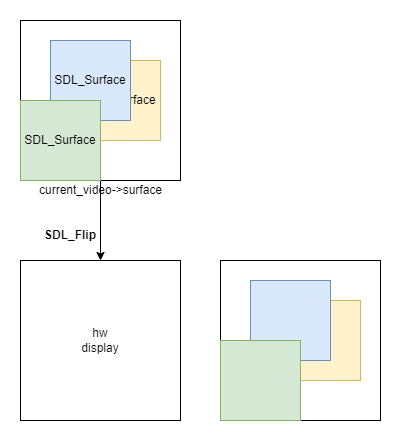
This is assets/img/frida-mysterypi/sdl2.png from erfur/erfur.github.io, a draw.io export, as it was before one commit. Source tidied: cells renumbered, new cells last; positions are measured from the earlier drawing's top-left corner, leaving out a move shared by most shapes. Source of this version:
```xml
<mxGraphModel>
  <root>
    <mxCell id="0" />
    <mxCell id="1" parent="0" />
    <mxCell id="2" style="edgeStyle=orthogonalEdgeStyle;rounded=0;jettySize=auto;html=1;startArrow=baseDash;startFill=0;" parent="1" edge="1" source="3" target="8">
      <mxGeometry relative="1" as="geometry" />
    </mxCell>
    <mxCell id="3" style="whiteSpace=wrap;html=1;" parent="1" vertex="1">
      <mxGeometry width="160" height="160" as="geometry" />
    </mxCell>
    <mxCell id="4" value="SDL_Surface" style="rounded=0;whiteSpace=wrap;html=1;fillColor=#fff2cc;strokeColor=#d6b656;" parent="1" vertex="1">
      <mxGeometry x="60" y="40" width="80" height="80" as="geometry" />
    </mxCell>
    <mxCell id="5" value="SDL_Surface" style="rounded=0;whiteSpace=wrap;html=1;fillColor=#dae8fc;strokeColor=#6c8ebf;" parent="1" vertex="1">
      <mxGeometry x="30" y="20" width="80" height="80" as="geometry" />
    </mxCell>
    <mxCell id="6" value="SDL_Surface" style="rounded=0;whiteSpace=wrap;html=1;fillColor=#d5e8d4;strokeColor=#82b366;" parent="1" vertex="1">
      <mxGeometry y="80" width="80" height="80" as="geometry" />
    </mxCell>
    <mxCell id="7" value="SDL_Flip" style="text;html=1;strokeColor=none;fillColor=none;align=center;verticalAlign=middle;whiteSpace=wrap;rounded=0;fontStyle=1;" parent="1" vertex="1">
      <mxGeometry x="20" y="200" width="60" height="30" as="geometry" />
    </mxCell>
    <mxCell id="8" value="hw&lt;br&gt;display" style="whiteSpace=wrap;html=1;" parent="1" vertex="1">
      <mxGeometry y="240" width="160" height="160" as="geometry" />
    </mxCell>
    <mxCell id="9" value="current_video-&amp;gt;surface" style="text;html=1;align=center;verticalAlign=middle;points=[];strokeColor=none;fillColor=none;" parent="1" vertex="1">
      <mxGeometry x="10" y="160" width="140" height="20" as="geometry" />
    </mxCell>
    <mxCell id="10" style="whiteSpace=wrap;html=1;" parent="1" vertex="1">
      <mxGeometry x="200" y="240" width="160" height="160" as="geometry" />
    </mxCell>
    <mxCell id="11" style="rounded=0;whiteSpace=wrap;html=1;fillColor=#fff2cc;strokeColor=#d6b656;" parent="1" vertex="1">
      <mxGeometry x="260" y="280" width="80" height="80" as="geometry" />
    </mxCell>
    <mxCell id="12" style="rounded=0;whiteSpace=wrap;html=1;fillColor=#dae8fc;strokeColor=#6c8ebf;" parent="1" vertex="1">
      <mxGeometry x="230" y="260" width="80" height="80" as="geometry" />
    </mxCell>
    <mxCell id="13" style="rounded=0;whiteSpace=wrap;html=1;fillColor=#d5e8d4;strokeColor=#82b366;" parent="1" vertex="1">
      <mxGeometry x="200" y="320" width="80" height="80" as="geometry" />
    </mxCell>
  </root>
</mxGraphModel>
```
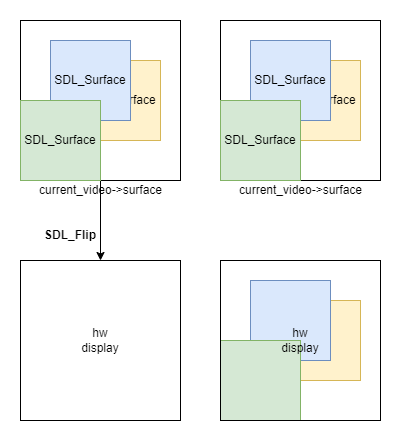
After the change.

Diff of the diagram source:
```diff
@@ -2,32 +2,32 @@
   <root>
     <mxCell id="0" />
     <mxCell id="1" parent="0" />
-    <mxCell id="2" style="edgeStyle=orthogonalEdgeStyle;rounded=0;jettySize=auto;html=1;startArrow=baseDash;startFill=0;" parent="1" edge="1" source="3" target="8">
-      <mxGeometry relative="1" as="geometry" />
+    <mxCell id="2" value="hw&lt;br&gt;display" style="whiteSpace=wrap;html=1;" parent="1" vertex="1">
+      <mxGeometry x="200" y="240" width="160" height="160" as="geometry" />
     </mxCell>
-    <mxCell id="3" style="whiteSpace=wrap;html=1;" parent="1" vertex="1">
-      <mxGeometry width="160" height="160" as="geometry" />
+    <mxCell id="3" style="edgeStyle=orthogonalEdgeStyle;rounded=0;jettySize=auto;html=1;startArrow=baseDash;startFill=0;" parent="1" edge="1" source="4" target="9">
+      <mxGeometry relative="1" as="geometry" />
     </mxCell>
-    <mxCell id="4" value="SDL_Surface" style="rounded=0;whiteSpace=wrap;html=1;fillColor=#fff2cc;strokeColor=#d6b656;" parent="1" vertex="1">
-      <mxGeometry x="60" y="40" width="80" height="80" as="geometry" />
+    <mxCell id="4" style="whiteSpace=wrap;html=1;" parent="1" vertex="1">
+      <mxGeometry width="160" height="160" as="geometry" />
     </mxCell>
-    <mxCell id="5" value="SDL_Surface" style="rounded=0;whiteSpace=wrap;html=1;fillColor=#dae8fc;strokeColor=#6c8ebf;" parent="1" vertex="1">
-      <mxGeometry x="30" y="20" width="80" height="80" as="geometry" />
+    <mxCell id="5" value="SDL_Surface" style="rounded=0;whiteSpace=wrap;html=1;fillColor=#fff2cc;strokeColor=#d6b656;" parent="1" vertex="1">
+      <mxGeometry x="60" y="40" width="80" height="80" as="geometry" />
     </mxCell>
-    <mxCell id="6" value="SDL_Surface" style="rounded=0;whiteSpace=wrap;html=1;fillColor=#d5e8d4;strokeColor=#82b366;" parent="1" vertex="1">
-      <mxGeometry y="80" width="80" height="80" as="geometry" />
+    <mxCell id="6" value="SDL_Surface" style="rounded=0;whiteSpace=wrap;html=1;fillColor=#dae8fc;strokeColor=#6c8ebf;" parent="1" vertex="1">
+      <mxGeometry x="30" y="20" width="80" height="80" as="geometry" />
     </mxCell>
-    <mxCell id="7" value="SDL_Flip" style="text;html=1;strokeColor=none;fillColor=none;align=center;verticalAlign=middle;whiteSpace=wrap;rounded=0;fontStyle=1;" parent="1" vertex="1">
-      <mxGeometry x="20" y="200" width="60" height="30" as="geometry" />
+    <mxCell id="7" value="SDL_Surface" style="rounded=0;whiteSpace=wrap;html=1;fillColor=#d5e8d4;strokeColor=#82b366;" parent="1" vertex="1">
+      <mxGeometry y="80" width="80" height="80" as="geometry" />
     </mxCell>
-    <mxCell id="8" value="hw&lt;br&gt;display" style="whiteSpace=wrap;html=1;" parent="1" vertex="1">
-      <mxGeometry y="240" width="160" height="160" as="geometry" />
+    <mxCell id="8" value="SDL_Flip" style="text;html=1;strokeColor=none;fillColor=none;align=center;verticalAlign=middle;whiteSpace=wrap;rounded=0;fontStyle=1;" parent="1" vertex="1">
+      <mxGeometry x="20" y="200" width="60" height="30" as="geometry" />
     </mxCell>
-    <mxCell id="9" value="current_video-&amp;gt;surface" style="text;html=1;align=center;verticalAlign=middle;points=[];strokeColor=none;fillColor=none;" parent="1" vertex="1">
-      <mxGeometry x="10" y="160" width="140" height="20" as="geometry" />
+    <mxCell id="9" value="hw&lt;br&gt;display" style="whiteSpace=wrap;html=1;" parent="1" vertex="1">
+      <mxGeometry y="240" width="160" height="160" as="geometry" />
     </mxCell>
-    <mxCell id="10" style="whiteSpace=wrap;html=1;" parent="1" vertex="1">
-      <mxGeometry x="200" y="240" width="160" height="160" as="geometry" />
+    <mxCell id="10" value="current_video-&amp;gt;surface" style="text;html=1;align=center;verticalAlign=middle;strokeColor=none;fillColor=none;" parent="1" vertex="1">
+      <mxGeometry x="10" y="160" width="140" height="20" as="geometry" />
     </mxCell>
     <mxCell id="11" style="rounded=0;whiteSpace=wrap;html=1;fillColor=#fff2cc;strokeColor=#d6b656;" parent="1" vertex="1">
       <mxGeometry x="260" y="280" width="80" height="80" as="geometry" />
@@ -38,5 +38,23 @@
     <mxCell id="13" style="rounded=0;whiteSpace=wrap;html=1;fillColor=#d5e8d4;strokeColor=#82b366;" parent="1" vertex="1">
       <mxGeometry x="200" y="320" width="80" height="80" as="geometry" />
     </mxCell>
+    <mxCell id="14" value="&lt;span style=&quot;&quot;&gt;hw&lt;/span&gt;&lt;br style=&quot;&quot;&gt;&lt;span style=&quot;&quot;&gt;display&lt;/span&gt;" style="whiteSpace=wrap;html=1;verticalAlign=middle;fillColor=none;" parent="1" vertex="1">
+      <mxGeometry x="200" y="240" width="160" height="160" as="geometry" />
+    </mxCell>
+    <mxCell id="15" style="whiteSpace=wrap;html=1;" parent="1" vertex="1">
+      <mxGeometry x="200" width="160" height="160" as="geometry" />
+    </mxCell>
+    <mxCell id="16" value="SDL_Surface" style="rounded=0;whiteSpace=wrap;html=1;fillColor=#fff2cc;strokeColor=#d6b656;" parent="1" vertex="1">
+      <mxGeometry x="260" y="40" width="80" height="80" as="geometry" />
+    </mxCell>
+    <mxCell id="17" value="SDL_Surface" style="rounded=0;whiteSpace=wrap;html=1;fillColor=#dae8fc;strokeColor=#6c8ebf;" parent="1" vertex="1">
+      <mxGeometry x="230" y="20" width="80" height="80" as="geometry" />
+    </mxCell>
+    <mxCell id="18" value="SDL_Surface" style="rounded=0;whiteSpace=wrap;html=1;fillColor=#d5e8d4;strokeColor=#82b366;" parent="1" vertex="1">
+      <mxGeometry x="200" y="80" width="80" height="80" as="geometry" />
+    </mxCell>
+    <mxCell id="19" value="current_video-&amp;gt;surface" style="text;html=1;align=center;verticalAlign=middle;strokeColor=none;fillColor=none;" parent="1" vertex="1">
+      <mxGeometry x="210" y="160" width="140" height="20" as="geometry" />
+    </mxCell>
   </root>
 </mxGraphModel>
```
